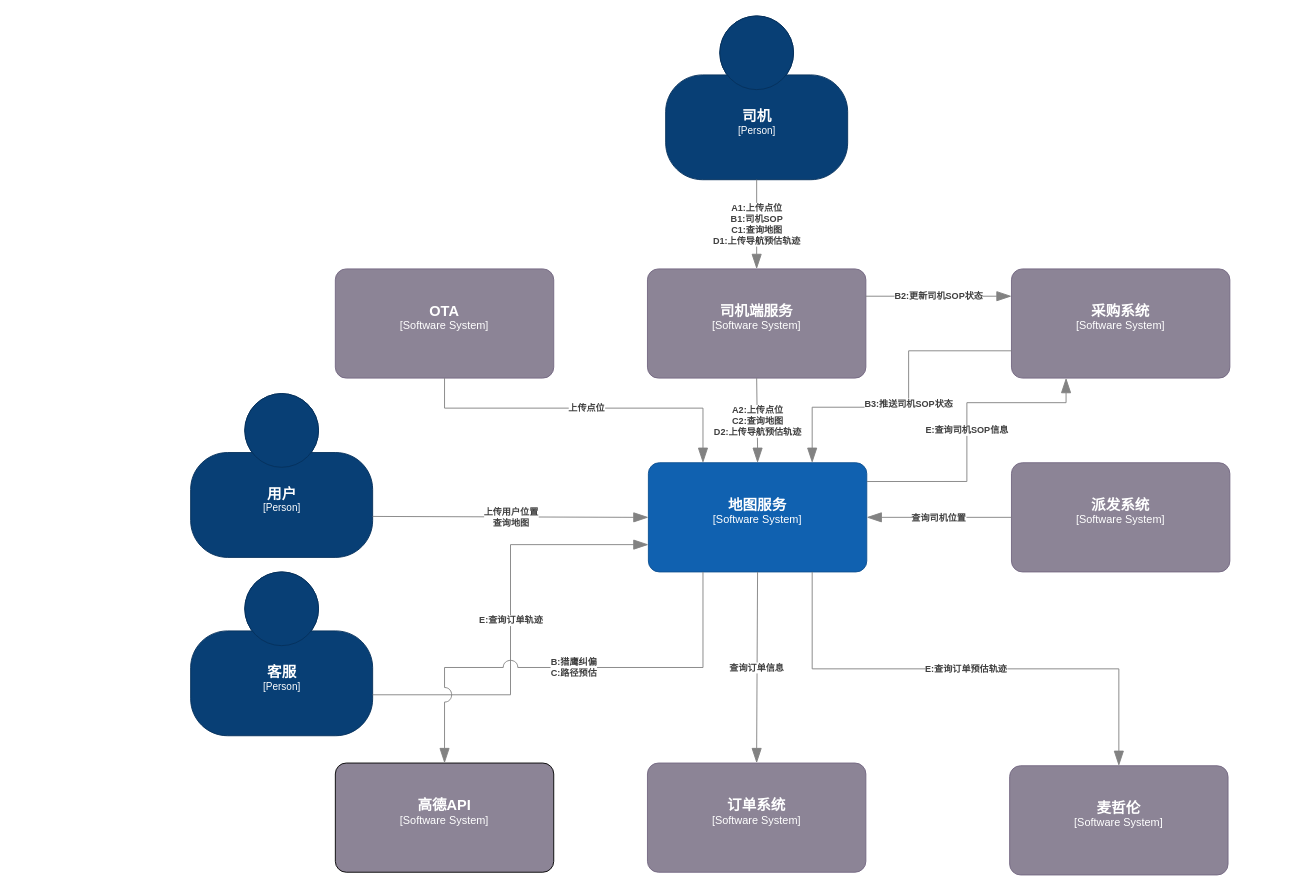
The draw.io diagram page "位置系统-上下文图" (1 of 3) of 地图服务-现状.drawio in miareko/c4-diagram, before the edit. Source tidied: cells renumbered, new cells numbered last; positions are measured from the earlier drawing's top-left corner, leaving out a move shared by most shapes. Both pictures are drawn from the tidied source at 91%, with x=0, y=0 at pixel (190, 15).
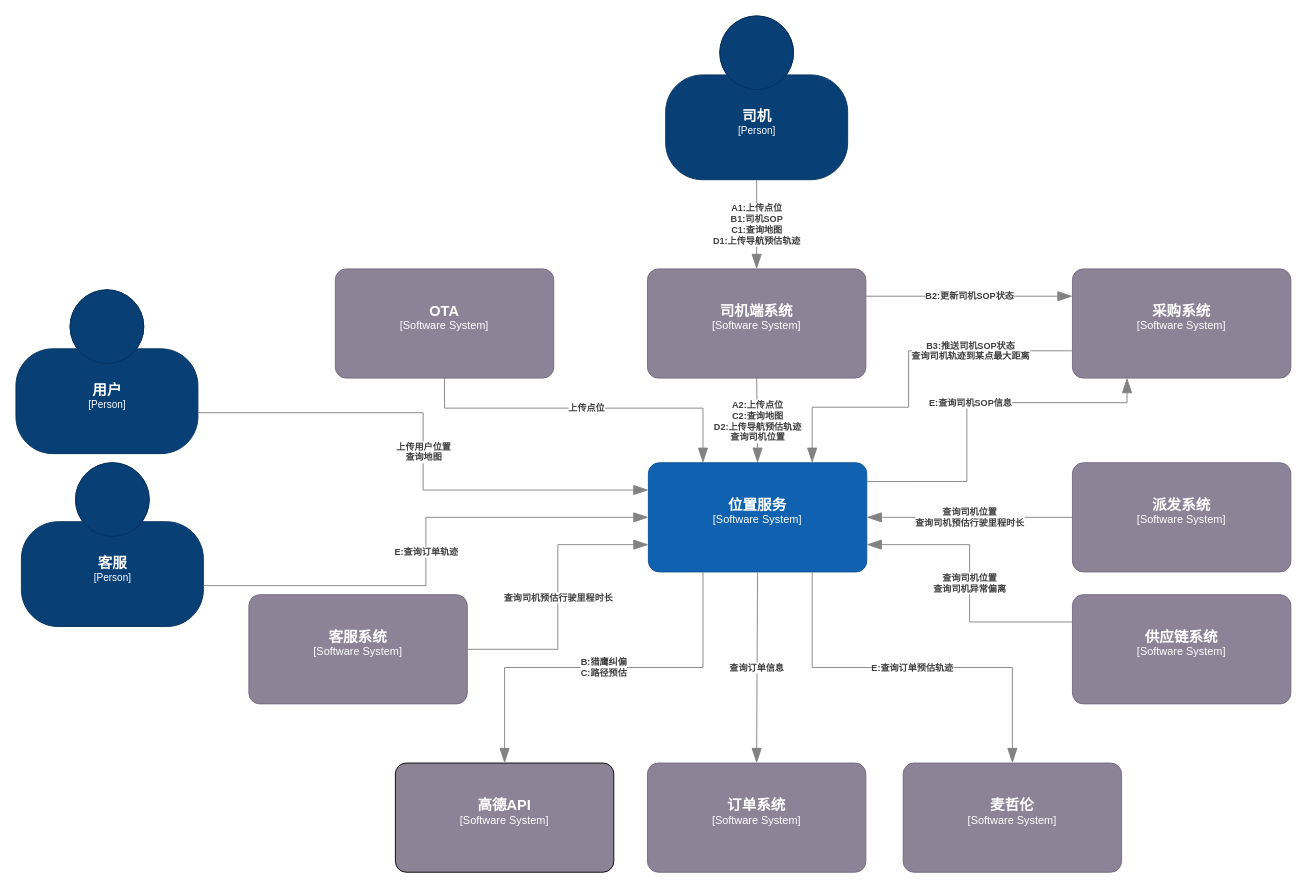
After the change.

Diff of the diagram source:
```diff
@@
-    <object id="3" label="&lt;font style=&quot;font-size: 16px&quot;&gt;&lt;b&gt;%c4Name%&lt;/b&gt;&lt;/font&gt;&lt;div&gt;[%c4Type%]&lt;/div&gt;&lt;br&gt;&lt;div&gt;&lt;font style=&quot;font-size: 11px&quot;&gt;&lt;font color=&quot;#cccccc&quot;&gt;%c4Description%&lt;/font&gt;&lt;/div&gt;" c4Description="" c4Name="地图服务" c4Type="Software System" placeholders="1">
+    <object id="3" label="&lt;font style=&quot;font-size: 16px&quot;&gt;&lt;b&gt;%c4Name%&lt;/b&gt;&lt;/font&gt;&lt;div&gt;[%c4Type%]&lt;/div&gt;&lt;br&gt;&lt;div&gt;&lt;font style=&quot;font-size: 11px&quot;&gt;&lt;font color=&quot;#cccccc&quot;&gt;%c4Description%&lt;/font&gt;&lt;/div&gt;" c4Description="" c4Name="位置服务" c4Type="Software System" placeholders="1">
       <mxCell style="rounded=1;whiteSpace=wrap;html=1;labelBackgroundColor=none;fillColor=#1061B0;fontColor=#ffffff;align=center;arcSize=10;strokeColor=#0D5091;points=[[0.25,0,0],[0.5,0,0],[0.75,0,0],[1,0.25,0],[1,0.5,0],[1,0.75,0],[0.75,1,0],[0.5,1,0],[0.25,1,0],[0,0.75,0],[0,0.5,0],[0,0.25,0]];" parent="1" vertex="1">
         <mxGeometry x="503" y="491" width="240" height="120" as="geometry" />
       </mxCell>
     </object>
-    <object id="4" label="&lt;font style=&quot;font-size: 16px&quot;&gt;&lt;b&gt;%c4Name%&lt;/b&gt;&lt;/font&gt;&lt;div&gt;[%c4Type%]&lt;/div&gt;&lt;br&gt;&lt;div&gt;&lt;font style=&quot;font-size: 11px&quot;&gt;&lt;font color=&quot;#cccccc&quot;&gt;%c4Description%&lt;/font&gt;&lt;/div&gt;" c4Description="" c4Name="司机端服务" c4Type="Software System" placeholders="1">
+    <object id="4" label="&lt;font style=&quot;font-size: 16px&quot;&gt;&lt;b&gt;%c4Name%&lt;/b&gt;&lt;/font&gt;&lt;div&gt;[%c4Type%]&lt;/div&gt;&lt;br&gt;&lt;div&gt;&lt;font style=&quot;font-size: 11px&quot;&gt;&lt;font color=&quot;#cccccc&quot;&gt;%c4Description%&lt;/font&gt;&lt;/div&gt;" c4Description="" c4Name="司机端系统" c4Type="Software System" placeholders="1">
       <mxCell style="rounded=1;whiteSpace=wrap;html=1;labelBackgroundColor=none;fillColor=#8C8496;fontColor=#ffffff;align=center;arcSize=10;strokeColor=#736782;points=[[0.25,0,0],[0.5,0,0],[0.75,0,0],[1,0.25,0],[1,0.5,0],[1,0.75,0],[0.75,1,0],[0.5,1,0],[0.25,1,0],[0,0.75,0],[0,0.5,0],[0,0.25,0]];" parent="1" vertex="1">
         <mxGeometry x="502" y="278" width="240" height="120" as="geometry" />
       </mxCell>
     </object>
     <object id="5" label="&lt;font style=&quot;font-size: 16px&quot;&gt;&lt;b&gt;%c4Name%&lt;/b&gt;&lt;/font&gt;&lt;div&gt;[%c4Type%]&lt;/div&gt;&lt;br&gt;&lt;div&gt;&lt;font style=&quot;font-size: 11px&quot;&gt;&lt;font color=&quot;#cccccc&quot;&gt;%c4Description%&lt;/font&gt;&lt;/div&gt;" c4Description="" c4Name="采购系统" c4Type="Software System" placeholders="1">
       <mxCell style="rounded=1;whiteSpace=wrap;html=1;labelBackgroundColor=none;fillColor=#8C8496;fontColor=#ffffff;align=center;arcSize=10;strokeColor=#736782;points=[[0.25,0,0],[0.5,0,0],[0.75,0,0],[1,0.25,0],[1,0.5,0],[1,0.75,0],[0.75,1,0],[0.5,1,0],[0.25,1,0],[0,0.75,0],[0,0.5,0],[0,0.25,0]];" parent="1" vertex="1">
-        <mxGeometry x="902" y="278" width="240" height="120" as="geometry" />
+        <mxGeometry x="969" y="278" width="240" height="120" as="geometry" />
       </mxCell>
     </object>
     <object id="6" label="&lt;font style=&quot;font-size: 16px&quot;&gt;&lt;b&gt;%c4Name%&lt;/b&gt;&lt;/font&gt;&lt;div&gt;[%c4Type%]&lt;/div&gt;&lt;br&gt;&lt;div&gt;&lt;font style=&quot;font-size: 11px&quot;&gt;&lt;font color=&quot;#cccccc&quot;&gt;%c4Description%&lt;/font&gt;&lt;/div&gt;" c4Description="" c4Name="麦哲伦" c4Type="Software System" placeholders="1">
       <mxCell style="rounded=1;whiteSpace=wrap;html=1;labelBackgroundColor=none;fillColor=#8C8496;fontColor=#ffffff;align=center;arcSize=10;strokeColor=#736782;points=[[0.25,0,0],[0.5,0,0],[0.75,0,0],[1,0.25,0],[1,0.5,0],[1,0.75,0],[0.75,1,0],[0.5,1,0],[0.25,1,0],[0,0.75,0],[0,0.5,0],[0,0.25,0]];" parent="1" vertex="1">
-        <mxGeometry x="900" y="824" width="240" height="120" as="geometry" />
+        <mxGeometry x="783" y="821" width="240" height="120" as="geometry" />
       </mxCell>
     </object>
     <object id="7" label="&lt;font style=&quot;font-size: 16px&quot;&gt;&lt;b&gt;%c4Name%&lt;/b&gt;&lt;/font&gt;&lt;div&gt;[%c4Type%]&lt;/div&gt;&lt;br&gt;&lt;div&gt;&lt;font style=&quot;font-size: 11px&quot;&gt;&lt;font color=&quot;#cccccc&quot;&gt;%c4Description%&lt;/font&gt;&lt;/div&gt;" c4Description="" c4Name="高德API" c4Type="Software System" placeholders="1">
       <mxCell style="rounded=1;whiteSpace=wrap;html=1;labelBackgroundColor=none;fillColor=#8C8496;fontColor=#ffffff;align=center;arcSize=10;strokeColor=default;points=[[0.25,0,0],[0.5,0,0],[0.75,0,0],[1,0.25,0],[1,0.5,0],[1,0.75,0],[0.75,1,0],[0.5,1,0],[0.25,1,0],[0,0.75,0],[0,0.5,0],[0,0.25,0]];" parent="1" vertex="1">
-        <mxGeometry x="159" y="821" width="240" height="120" as="geometry" />
+        <mxGeometry x="225" y="821" width="240" height="120" as="geometry" />
       </mxCell>
     </object>
     <object id="8" label="&lt;font style=&quot;font-size: 16px&quot;&gt;&lt;b&gt;%c4Name%&lt;/b&gt;&lt;/font&gt;&lt;div&gt;[%c4Type%]&lt;/div&gt;&lt;br&gt;&lt;div&gt;&lt;font style=&quot;font-size: 11px&quot;&gt;&lt;font color=&quot;#cccccc&quot;&gt;%c4Description%&lt;/font&gt;&lt;/div&gt;" c4Description="" c4Name="用户" c4Type="Person" placeholders="1">
       <mxCell style="html=1;fontSize=11;dashed=0;whitespace=wrap;fillColor=#083F75;strokeColor=#06315C;fontColor=#ffffff;shape=mxgraph.c4.person2;align=center;points=[[0.5,0,0],[1,0.5,0],[1,0.75,0],[0.75,1,0],[0.5,1,0],[0.25,1,0],[0,0.75,0],[0,0.5,0]];" parent="1" vertex="1">
-        <mxGeometry y="415" width="200" height="180" as="geometry" />
+        <mxGeometry x="-192" y="301" width="200" height="180" as="geometry" />
       </mxCell>
     </object>
     <object id="9" label="&lt;font style=&quot;font-size: 16px&quot;&gt;&lt;b&gt;%c4Name%&lt;/b&gt;&lt;/font&gt;&lt;div&gt;[%c4Type%]&lt;/div&gt;&lt;br&gt;&lt;div&gt;&lt;font style=&quot;font-size: 11px&quot;&gt;&lt;font color=&quot;#cccccc&quot;&gt;%c4Description%&lt;/font&gt;&lt;/div&gt;" c4Description="" c4Name="客服" c4Type="Person" placeholders="1">
       <mxCell style="html=1;fontSize=11;dashed=0;whitespace=wrap;fillColor=#083F75;strokeColor=#06315C;fontColor=#ffffff;shape=mxgraph.c4.person2;align=center;points=[[0.5,0,0],[1,0.5,0],[1,0.75,0],[0.75,1,0],[0.5,1,0],[0.25,1,0],[0,0.75,0],[0,0.5,0]];" parent="1" vertex="1">
-        <mxGeometry y="611" width="200" height="180" as="geometry" />
+        <mxGeometry x="-186" y="491" width="200" height="180" as="geometry" />
       </mxCell>
     </object>
@@
-    <object id="12" label="&lt;div style=&quot;text-align: left&quot;&gt;&lt;div style=&quot;text-align: center&quot;&gt;&lt;b&gt;%c4Description%&lt;/b&gt;&lt;/div&gt;" c4Description="A2:上传点位&#10;C2:查询地图&#10;D2:上传导航预估轨迹" placeholders="1">
+    <object id="12" label="&lt;div style=&quot;text-align: left&quot;&gt;&lt;div style=&quot;text-align: center&quot;&gt;&lt;b&gt;%c4Description%&lt;/b&gt;&lt;/div&gt;" c4Description="A2:上传点位&#10;C2:查询地图&#10;D2:上传导航预估轨迹&#10;查询司机位置" placeholders="1">
       <mxCell style="endArrow=blockThin;html=1;fontSize=10;fontColor=#404040;strokeWidth=1;endFill=1;strokeColor=#828282;elbow=vertical;endSize=14;startSize=14;jumpStyle=arc;jumpSize=16;rounded=0;edgeStyle=orthogonalEdgeStyle;exitX=0.5;exitY=1;exitDx=0;exitDy=0;exitPerimeter=0;" parent="1" edge="1" source="4" target="3">
         <mxGeometry relative="1" as="geometry" />
       </mxCell>
     </object>
     <object id="13" label="&lt;div style=&quot;text-align: left&quot;&gt;&lt;div style=&quot;text-align: center&quot;&gt;&lt;b&gt;%c4Description%&lt;/b&gt;&lt;/div&gt;" c4Description="上传用户位置&#10;查询地图" placeholders="1">
-      <mxCell style="endArrow=blockThin;html=1;fontSize=10;fontColor=#404040;strokeWidth=1;endFill=1;strokeColor=#828282;elbow=vertical;endSize=14;startSize=14;jumpStyle=arc;jumpSize=16;rounded=0;edgeStyle=orthogonalEdgeStyle;entryX=0;entryY=0.5;entryDx=0;entryDy=0;entryPerimeter=0;exitX=1;exitY=0.75;exitDx=0;exitDy=0;exitPerimeter=0;" parent="1" edge="1" source="8" target="3">
+      <mxCell style="endArrow=blockThin;html=1;fontSize=10;fontColor=#404040;strokeWidth=1;endFill=1;strokeColor=#828282;elbow=vertical;endSize=14;startSize=14;jumpStyle=arc;jumpSize=16;rounded=0;edgeStyle=orthogonalEdgeStyle;entryX=0;entryY=0.25;entryDx=0;entryDy=0;entryPerimeter=0;exitX=1;exitY=0.75;exitDx=0;exitDy=0;exitPerimeter=0;" parent="1" edge="1" source="8" target="3">
         <mxGeometry relative="1" as="geometry" />
       </mxCell>
     </object>
     <object id="14" label="&lt;div style=&quot;text-align: left&quot;&gt;&lt;div style=&quot;text-align: center&quot;&gt;&lt;b&gt;%c4Description%&lt;/b&gt;&lt;/div&gt;" c4Description="E:查询订单轨迹" placeholders="1">
-      <mxCell style="endArrow=blockThin;html=1;fontSize=10;fontColor=#404040;strokeWidth=1;endFill=1;strokeColor=#828282;elbow=vertical;endSize=14;startSize=14;jumpStyle=arc;jumpSize=16;rounded=0;edgeStyle=orthogonalEdgeStyle;exitX=1;exitY=0.75;exitDx=0;exitDy=0;exitPerimeter=0;entryX=0;entryY=0.75;entryDx=0;entryDy=0;entryPerimeter=0;" parent="1" edge="1" source="9" target="3">
+      <mxCell style="endArrow=blockThin;html=1;fontSize=10;fontColor=#404040;strokeWidth=1;endFill=1;strokeColor=#828282;elbow=vertical;endSize=14;startSize=14;jumpStyle=arc;jumpSize=16;rounded=0;edgeStyle=orthogonalEdgeStyle;exitX=1;exitY=0.75;exitDx=0;exitDy=0;exitPerimeter=0;entryX=0;entryY=0.5;entryDx=0;entryDy=0;entryPerimeter=0;" parent="1" edge="1" source="9" target="3">
         <mxGeometry relative="1" as="geometry" />
       </mxCell>
     </object>
@@
     <object id="19" label="&lt;font style=&quot;font-size: 16px&quot;&gt;&lt;b&gt;%c4Name%&lt;/b&gt;&lt;/font&gt;&lt;div&gt;[%c4Type%]&lt;/div&gt;&lt;br&gt;&lt;div&gt;&lt;font style=&quot;font-size: 11px&quot;&gt;&lt;font color=&quot;#cccccc&quot;&gt;%c4Description%&lt;/font&gt;&lt;/div&gt;" c4Description="" c4Name="派发系统" c4Type="Software System" placeholders="1">
       <mxCell style="rounded=1;whiteSpace=wrap;html=1;labelBackgroundColor=none;fillColor=#8C8496;fontColor=#ffffff;align=center;arcSize=10;strokeColor=#736782;points=[[0.25,0,0],[0.5,0,0],[0.75,0,0],[1,0.25,0],[1,0.5,0],[1,0.75,0],[0.75,1,0],[0.5,1,0],[0.25,1,0],[0,0.75,0],[0,0.5,0],[0,0.25,0]];" parent="1" vertex="1">
-        <mxGeometry x="902" y="491" width="240" height="120" as="geometry" />
+        <mxGeometry x="969" y="491" width="240" height="120" as="geometry" />
       </mxCell>
     </object>
-    <object id="20" label="&lt;div style=&quot;text-align: left&quot;&gt;&lt;div style=&quot;text-align: center&quot;&gt;&lt;b&gt;%c4Description%&lt;/b&gt;&lt;/div&gt;" c4Description="查询司机位置" placeholders="1">
+    <object id="20" label="&lt;div style=&quot;text-align: left&quot;&gt;&lt;div style=&quot;text-align: center&quot;&gt;&lt;b&gt;%c4Description%&lt;/b&gt;&lt;/div&gt;" c4Description="查询司机位置&#10;查询司机预估行驶里程时长" placeholders="1">
       <mxCell style="endArrow=blockThin;html=1;fontSize=10;fontColor=#404040;strokeWidth=1;endFill=1;strokeColor=#828282;elbow=vertical;endSize=14;startSize=14;jumpStyle=arc;jumpSize=16;rounded=0;edgeStyle=orthogonalEdgeStyle;exitX=0;exitY=0.5;exitDx=0;exitDy=0;exitPerimeter=0;" parent="1" edge="1" source="19" target="3">
         <mxGeometry relative="1" as="geometry" />
       </mxCell>
     </object>
@@
-    <object id="23" label="&lt;div style=&quot;text-align: left&quot;&gt;&lt;div style=&quot;text-align: center&quot;&gt;&lt;b&gt;%c4Description%&lt;/b&gt;&lt;/div&gt;" c4Description="B3:推送司机SOP状态" placeholders="1">
+    <object id="23" label="&lt;div style=&quot;text-align: left&quot;&gt;&lt;div style=&quot;text-align: center&quot;&gt;&lt;b&gt;%c4Description%&lt;/b&gt;&lt;/div&gt;" c4Description="B3:推送司机SOP状态&#10;查询司机轨迹到某点最大距离" placeholders="1">
       <mxCell style="endArrow=blockThin;html=1;fontSize=10;fontColor=#404040;strokeWidth=1;endFill=1;strokeColor=#828282;elbow=vertical;endSize=14;startSize=14;jumpStyle=arc;jumpSize=16;rounded=0;edgeStyle=orthogonalEdgeStyle;exitX=0;exitY=0.75;exitDx=0;exitDy=0;exitPerimeter=0;entryX=0.75;entryY=0;entryDx=0;entryDy=0;entryPerimeter=0;" parent="1" edge="1" source="5" target="3">
-        <mxGeometry relative="1" as="geometry">
+        <mxGeometry x="-0.45" relative="1" as="geometry">
           <Array as="points">
             <mxPoint x="789" y="368" />
             <mxPoint x="789" y="430" />
             <mxPoint x="683" y="430" />
           </Array>
         </mxGeometry>
       </mxCell>
     </object>
     <object id="24" label="&lt;div style=&quot;text-align: left&quot;&gt;&lt;div style=&quot;text-align: center&quot;&gt;&lt;b&gt;%c4Description%&lt;/b&gt;&lt;/div&gt;" c4Description="E:查询司机SOP信息" placeholders="1">
       <mxCell style="endArrow=blockThin;html=1;fontSize=10;fontColor=#404040;strokeWidth=1;endFill=1;strokeColor=#828282;elbow=vertical;endSize=14;startSize=14;jumpStyle=arc;jumpSize=16;rounded=0;edgeStyle=orthogonalEdgeStyle;exitX=1.001;exitY=0.172;exitDx=0;exitDy=0;exitPerimeter=0;entryX=0.25;entryY=1;entryDx=0;entryDy=0;entryPerimeter=0;" parent="1" edge="1" source="3" target="5">
         <mxGeometry relative="1" as="geometry">
           <Array as="points">
             <mxPoint x="853" y="512" />
             <mxPoint x="853" y="425" />
-            <mxPoint x="962" y="425" />
+            <mxPoint x="1029" y="425" />
           </Array>
         </mxGeometry>
       </mxCell>
     </object>
+    <object id="25" label="&lt;font style=&quot;font-size: 16px&quot;&gt;&lt;b&gt;%c4Name%&lt;/b&gt;&lt;/font&gt;&lt;div&gt;[%c4Type%]&lt;/div&gt;&lt;br&gt;&lt;div&gt;&lt;font style=&quot;font-size: 11px&quot;&gt;&lt;font color=&quot;#cccccc&quot;&gt;%c4Description%&lt;/font&gt;&lt;/div&gt;" c4Description="" c4Name="供应链系统" c4Type="Software System" placeholders="1">
+      <mxCell style="rounded=1;whiteSpace=wrap;html=1;labelBackgroundColor=none;fillColor=#8C8496;fontColor=#ffffff;align=center;arcSize=10;strokeColor=#736782;points=[[0.25,0,0],[0.5,0,0],[0.75,0,0],[1,0.25,0],[1,0.5,0],[1,0.75,0],[0.75,1,0],[0.5,1,0],[0.25,1,0],[0,0.75,0],[0,0.5,0],[0,0.25,0]];" parent="1" vertex="1">
+        <mxGeometry x="969" y="636" width="240" height="120" as="geometry" />
+      </mxCell>
+    </object>
+    <object id="26" label="&lt;div style=&quot;text-align: left&quot;&gt;&lt;div style=&quot;text-align: center&quot;&gt;&lt;b&gt;%c4Description%&lt;/b&gt;&lt;/div&gt;" c4Description="查询司机位置&#10;查询司机异常偏离" placeholders="1">
+      <mxCell style="endArrow=blockThin;html=1;fontSize=10;fontColor=#404040;strokeWidth=1;endFill=1;strokeColor=#828282;elbow=vertical;endSize=14;startSize=14;jumpStyle=arc;jumpSize=16;rounded=0;edgeStyle=orthogonalEdgeStyle;exitX=0;exitY=0.25;exitDx=0;exitDy=0;exitPerimeter=0;entryX=1;entryY=0.75;entryDx=0;entryDy=0;entryPerimeter=0;" parent="1" edge="1" source="25" target="3">
+        <mxGeometry relative="1" as="geometry" />
+      </mxCell>
+    </object>
+    <object id="27" label="&lt;font style=&quot;font-size: 16px&quot;&gt;&lt;b&gt;%c4Name%&lt;/b&gt;&lt;/font&gt;&lt;div&gt;[%c4Type%]&lt;/div&gt;&lt;br&gt;&lt;div&gt;&lt;font style=&quot;font-size: 11px&quot;&gt;&lt;font color=&quot;#cccccc&quot;&gt;%c4Description%&lt;/font&gt;&lt;/div&gt;" c4Description="" c4Name="客服系统" c4Type="Software System" placeholders="1">
+      <mxCell style="rounded=1;whiteSpace=wrap;html=1;labelBackgroundColor=none;fillColor=#8C8496;fontColor=#ffffff;align=center;arcSize=10;strokeColor=#736782;points=[[0.25,0,0],[0.5,0,0],[0.75,0,0],[1,0.25,0],[1,0.5,0],[1,0.75,0],[0.75,1,0],[0.5,1,0],[0.25,1,0],[0,0.75,0],[0,0.5,0],[0,0.25,0]];" parent="1" vertex="1">
+        <mxGeometry x="64" y="636" width="240" height="120" as="geometry" />
+      </mxCell>
+    </object>
+    <object id="28" label="&lt;div style=&quot;text-align: left&quot;&gt;&lt;div style=&quot;text-align: center&quot;&gt;&lt;b&gt;%c4Description%&lt;/b&gt;&lt;/div&gt;" c4Description="查询司机预估行驶里程时长" placeholders="1">
+      <mxCell style="endArrow=blockThin;html=1;fontSize=10;fontColor=#404040;strokeWidth=1;endFill=1;strokeColor=#828282;elbow=vertical;endSize=14;startSize=14;jumpStyle=arc;jumpSize=16;rounded=0;edgeStyle=orthogonalEdgeStyle;exitX=1;exitY=0.5;exitDx=0;exitDy=0;exitPerimeter=0;entryX=0;entryY=0.75;entryDx=0;entryDy=0;entryPerimeter=0;" parent="1" edge="1" source="27" target="3">
+        <mxGeometry relative="1" as="geometry" />
+      </mxCell>
+    </object>
```
